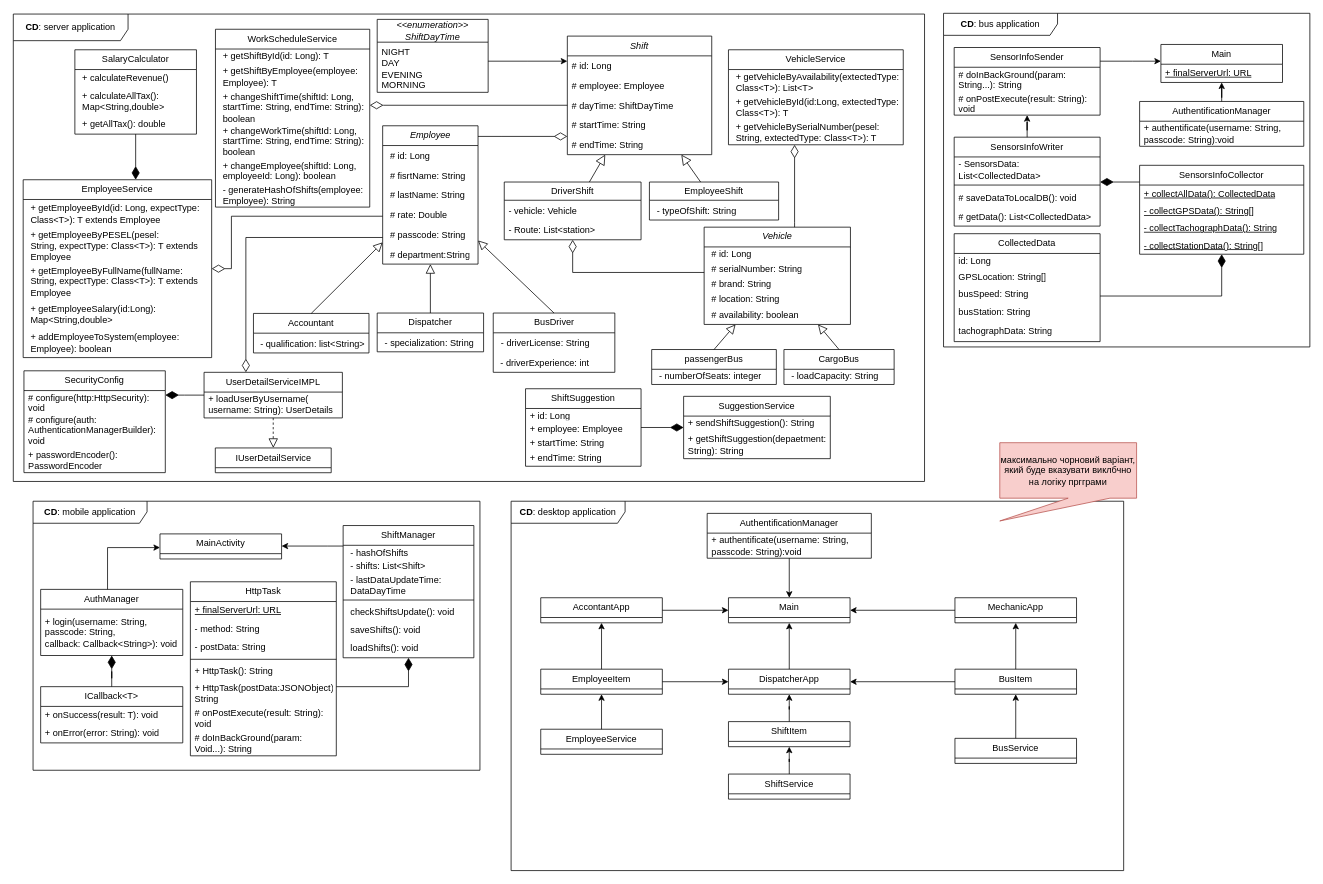
Before: page "Class diagram" (1 of 7) of UML-software-engineering.drawio in keshaParrot/ShiftMaster-UML-documentation, a draw.io diagram. Source tidied: cells renumbered, new cells numbered last; positions are measured from the earlier drawing's top-left corner, leaving out a move shared by most shapes. Both pictures are drawn from the tidied source at 76%, with x=0, y=0 at pixel (13, 13).
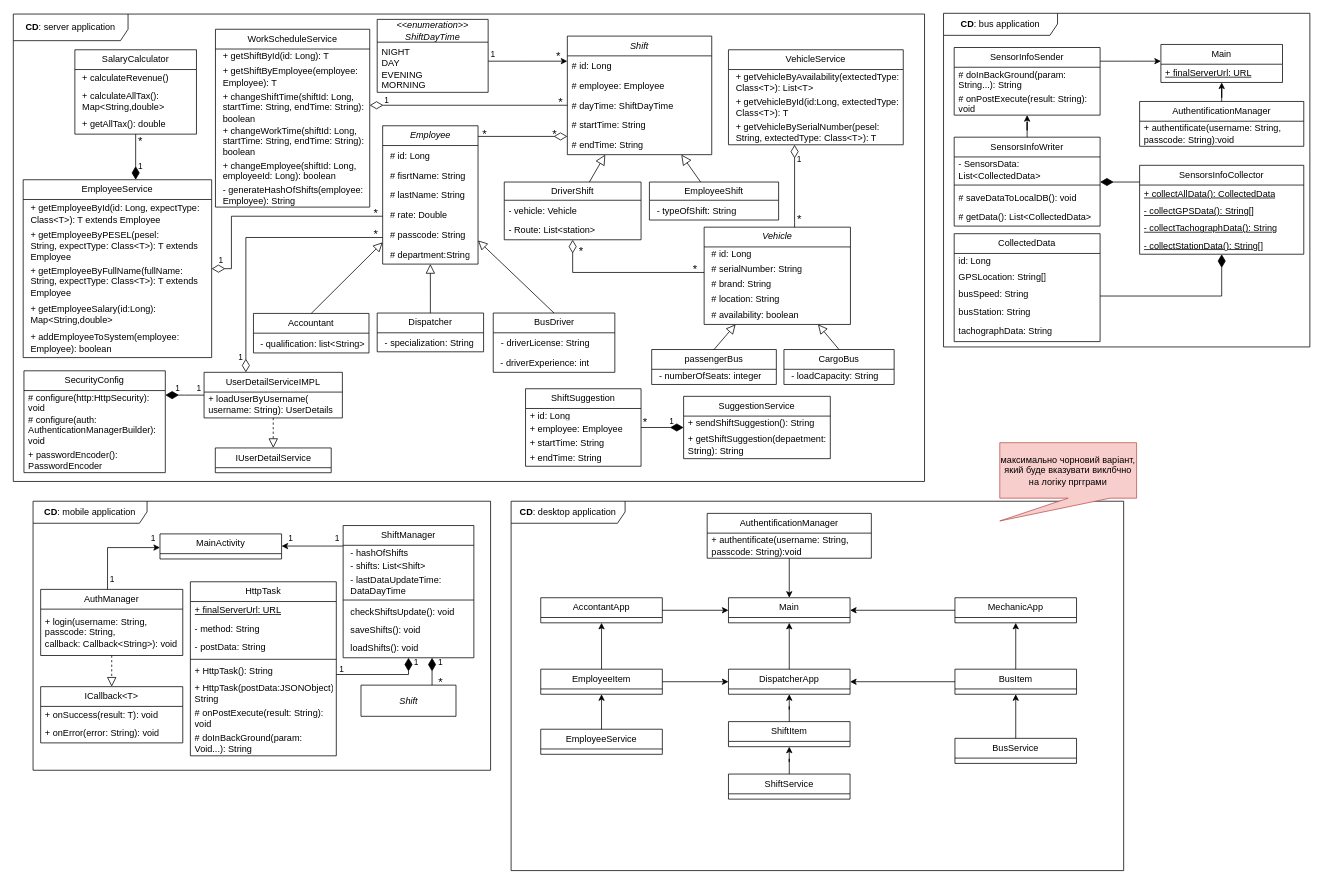
Above is the later version.

Unchanged cells that the change refers to:
```xml
<mxCell id="2" value="&lt;b&gt;CD&lt;/b&gt;: server application" style="shape=umlFrame;whiteSpace=wrap;html=1;width=151;height=35;" parent="1" vertex="1">
  <mxGeometry y="1" width="1199" height="615" as="geometry" />
</mxCell>
<mxCell id="97" value="ShiftManager" style="swimlane;fontStyle=0;horizontal=1;startSize=26;fillColor=none;whiteSpace=wrap;html=1;" parent="94" vertex="1">
  <mxGeometry x="408" y="32" width="172" height="174" as="geometry" />
</mxCell>
<mxCell id="106" value="HttpTask" style="swimlane;fontStyle=0;horizontal=1;startSize=26;fillColor=none;whiteSpace=wrap;html=1;" parent="94" vertex="1">
  <mxGeometry x="207" y="106" width="192" height="229" as="geometry" />
</mxCell>
<mxCell id="116" value="AuthManager" style="swimlane;fontStyle=0;horizontal=1;startSize=26;fillColor=none;whiteSpace=wrap;html=1;" parent="94" vertex="1">
  <mxGeometry x="10" y="116" width="187" height="87" as="geometry" />
</mxCell>
<mxCell id="119" value="ICallback&amp;lt;T&amp;gt;" style="swimlane;fontStyle=0;horizontal=1;startSize=26;fillColor=none;whiteSpace=wrap;html=1;" parent="94" vertex="1">
  <mxGeometry x="10" y="244" width="187" height="74" as="geometry" />
</mxCell>
```

Change to the diagram source:
```diff
@@
+    <mxCell id="178" value="&lt;font style=&quot;font-size: 15px;&quot;&gt;*&lt;/font&gt;" style="text;html=1;align=center;verticalAlign=middle;strokeColor=none;fillColor=none;" parent="2" vertex="1">
+      <mxGeometry x="885" y="320" width="24" height="30" as="geometry" />
+    </mxCell>
+    <mxCell id="179" value="&lt;font style=&quot;font-size: 15px;&quot;&gt;*&lt;/font&gt;" style="text;html=1;align=center;verticalAlign=middle;strokeColor=none;fillColor=none;" parent="2" vertex="1">
+      <mxGeometry x="735" y="297" width="24" height="30" as="geometry" />
+    </mxCell>
+    <mxCell id="180" value="&lt;font style=&quot;font-size: 15px;&quot;&gt;*&lt;/font&gt;" style="text;html=1;align=center;verticalAlign=middle;strokeColor=none;fillColor=none;" parent="2" vertex="1">
+      <mxGeometry x="155" y="152" width="24" height="30" as="geometry" />
+    </mxCell>
+    <mxCell id="181" value="&lt;font style=&quot;font-size: 11px;&quot;&gt;1&lt;/font&gt;" style="text;html=1;align=center;verticalAlign=middle;strokeColor=none;fillColor=none;" parent="2" vertex="1">
+      <mxGeometry x="155" y="187" width="24" height="26" as="geometry" />
+    </mxCell>
+    <mxCell id="182" value="&lt;font style=&quot;font-size: 15px;&quot;&gt;*&lt;/font&gt;" style="text;html=1;align=center;verticalAlign=middle;strokeColor=none;fillColor=none;" parent="2" vertex="1">
+      <mxGeometry x="705" y="40" width="24" height="30" as="geometry" />
+    </mxCell>
+    <mxCell id="183" value="&lt;font style=&quot;font-size: 15px;&quot;&gt;*&lt;/font&gt;" style="text;html=1;align=center;verticalAlign=middle;strokeColor=none;fillColor=none;" parent="2" vertex="1">
+      <mxGeometry x="607.5" y="142" width="24" height="30" as="geometry" />
+    </mxCell>
+    <mxCell id="184" value="&lt;font style=&quot;font-size: 15px;&quot;&gt;*&lt;/font&gt;" style="text;html=1;align=center;verticalAlign=middle;strokeColor=none;fillColor=none;" parent="2" vertex="1">
+      <mxGeometry x="699.5" y="142" width="24" height="30" as="geometry" />
+    </mxCell>
+    <mxCell id="185" value="&lt;font style=&quot;font-size: 15px;&quot;&gt;*&lt;/font&gt;" style="text;html=1;align=center;verticalAlign=middle;strokeColor=none;fillColor=none;" parent="2" vertex="1">
+      <mxGeometry x="708" y="100" width="24" height="30" as="geometry" />
+    </mxCell>
+    <mxCell id="186" value="&lt;font style=&quot;font-size: 11px;&quot;&gt;1&lt;/font&gt;" style="text;html=1;align=center;verticalAlign=middle;strokeColor=none;fillColor=none;" parent="2" vertex="1">
+      <mxGeometry x="204" y="480" width="24" height="26" as="geometry" />
+    </mxCell>
+    <mxCell id="187" value="&lt;font style=&quot;font-size: 11px;&quot;&gt;1&lt;/font&gt;" style="text;html=1;align=center;verticalAlign=middle;strokeColor=none;fillColor=none;" parent="2" vertex="1">
+      <mxGeometry x="232" y="480" width="24" height="26" as="geometry" />
+    </mxCell>
+    <mxCell id="188" value="&lt;font style=&quot;font-size: 11px;&quot;&gt;1&lt;/font&gt;" style="text;html=1;align=center;verticalAlign=middle;strokeColor=none;fillColor=none;" parent="2" vertex="1">
+      <mxGeometry x="287" y="439" width="24" height="26" as="geometry" />
+    </mxCell>
+    <mxCell id="189" value="&lt;font style=&quot;font-size: 15px;&quot;&gt;*&lt;/font&gt;" style="text;html=1;align=center;verticalAlign=middle;strokeColor=none;fillColor=none;" parent="2" vertex="1">
+      <mxGeometry x="465" y="274" width="24" height="30" as="geometry" />
+    </mxCell>
+    <mxCell id="190" value="&lt;font style=&quot;font-size: 15px;&quot;&gt;*&lt;/font&gt;" style="text;html=1;align=center;verticalAlign=middle;strokeColor=none;fillColor=none;" parent="2" vertex="1">
+      <mxGeometry x="465" y="247" width="24" height="30" as="geometry" />
+    </mxCell>
+    <mxCell id="191" value="&lt;font style=&quot;font-size: 11px;&quot;&gt;1&lt;/font&gt;" style="text;html=1;align=center;verticalAlign=middle;strokeColor=none;fillColor=none;" parent="2" vertex="1">
+      <mxGeometry x="261" y="311" width="24" height="26" as="geometry" />
+    </mxCell>
+    <mxCell id="192" value="&lt;font style=&quot;font-size: 11px;&quot;&gt;1&lt;/font&gt;" style="text;html=1;align=center;verticalAlign=middle;strokeColor=none;fillColor=none;" parent="2" vertex="1">
+      <mxGeometry x="478.8" y="100" width="24" height="26" as="geometry" />
+    </mxCell>
+    <mxCell id="193" value="&lt;font style=&quot;font-size: 11px;&quot;&gt;1&lt;/font&gt;" style="text;html=1;align=center;verticalAlign=middle;strokeColor=none;fillColor=none;" parent="2" vertex="1">
+      <mxGeometry x="618.8" y="40" width="24" height="26" as="geometry" />
+    </mxCell>
+    <mxCell id="194" value="&lt;font style=&quot;font-size: 11px;&quot;&gt;1&lt;/font&gt;" style="text;html=1;align=center;verticalAlign=middle;strokeColor=none;fillColor=none;" parent="2" vertex="1">
+      <mxGeometry x="1022" y="178" width="24" height="26" as="geometry" />
+    </mxCell>
+    <mxCell id="195" value="&lt;font style=&quot;font-size: 15px;&quot;&gt;*&lt;/font&gt;" style="text;html=1;align=center;verticalAlign=middle;strokeColor=none;fillColor=none;" parent="2" vertex="1">
+      <mxGeometry x="1022" y="254" width="24" height="30" as="geometry" />
+    </mxCell>
+    <mxCell id="196" value="&lt;font style=&quot;font-size: 15px;&quot;&gt;*&lt;/font&gt;" style="text;html=1;align=center;verticalAlign=middle;strokeColor=none;fillColor=none;" parent="2" vertex="1">
+      <mxGeometry x="819" y="521.4" width="24" height="30" as="geometry" />
+    </mxCell>
+    <mxCell id="197" value="&lt;font style=&quot;font-size: 11px;&quot;&gt;1&lt;/font&gt;" style="text;html=1;align=center;verticalAlign=middle;strokeColor=none;fillColor=none;" parent="2" vertex="1">
+      <mxGeometry x="854" y="523.4" width="24" height="26" as="geometry" />
+    </mxCell>
     <mxCell id="94" value="&lt;b&gt;CD&lt;/b&gt;: mobile application" style="shape=umlFrame;whiteSpace=wrap;html=1;width=150;height=29;" parent="1" vertex="1">
-      <mxGeometry x="26" y="642" width="588" height="354" as="geometry" />
+      <mxGeometry x="26" y="642" width="602" height="354" as="geometry" />
     </mxCell>
@@
     <mxCell id="105" style="edgeStyle=orthogonalEdgeStyle;rounded=0;jettySize=auto;html=1;endArrow=diamondThin;endFill=1;endSize=15;" parent="94" edge="1" source="106" target="97">
       <mxGeometry relative="1" as="geometry">
         <Array as="points">
-          <mxPoint x="494" y="244" />
+          <mxPoint x="494" y="228" />
         </Array>
       </mxGeometry>
     </mxCell>
@@
+    <mxCell id="198" style="edgeStyle=orthogonalEdgeStyle;rounded=0;jettySize=auto;html=1;endArrow=block;endFill=0;dashed=1;endSize=10;" parent="94" edge="1" source="116" target="119">
+      <mxGeometry relative="1" as="geometry" />
+    </mxCell>
@@
-    <mxCell id="118" style="edgeStyle=orthogonalEdgeStyle;rounded=0;jettySize=auto;html=1;endSize=15;endArrow=diamondThin;endFill=1;" parent="94" edge="1" source="119" target="116">
-      <mxGeometry relative="1" as="geometry" />
-    </mxCell>
@@
+    <mxCell id="199" value="&lt;font style=&quot;font-size: 11px;&quot;&gt;1&lt;/font&gt;" style="text;html=1;align=center;verticalAlign=middle;strokeColor=none;fillColor=none;" parent="94" vertex="1">
+      <mxGeometry x="146" y="36" width="24" height="26" as="geometry" />
+    </mxCell>
+    <mxCell id="200" value="&lt;font style=&quot;font-size: 11px;&quot;&gt;1&lt;/font&gt;" style="text;html=1;align=center;verticalAlign=middle;strokeColor=none;fillColor=none;" parent="94" vertex="1">
+      <mxGeometry x="91.5" y="90" width="24" height="26" as="geometry" />
+    </mxCell>
+    <mxCell id="201" value="&lt;font style=&quot;font-size: 11px;&quot;&gt;1&lt;/font&gt;" style="text;html=1;align=center;verticalAlign=middle;strokeColor=none;fillColor=none;" parent="94" vertex="1">
+      <mxGeometry x="327" y="36" width="24" height="26" as="geometry" />
+    </mxCell>
+    <mxCell id="202" value="&lt;font style=&quot;font-size: 11px;&quot;&gt;1&lt;/font&gt;" style="text;html=1;align=center;verticalAlign=middle;strokeColor=none;fillColor=none;" parent="94" vertex="1">
+      <mxGeometry x="388" y="36" width="24" height="26" as="geometry" />
+    </mxCell>
+    <mxCell id="203" value="&lt;font style=&quot;font-size: 11px;&quot;&gt;1&lt;/font&gt;" style="text;html=1;align=center;verticalAlign=middle;strokeColor=none;fillColor=none;" parent="94" vertex="1">
+      <mxGeometry x="492" y="199" width="24" height="26" as="geometry" />
+    </mxCell>
+    <mxCell id="204" value="&lt;font style=&quot;font-size: 11px;&quot;&gt;1&lt;/font&gt;" style="text;html=1;align=center;verticalAlign=middle;strokeColor=none;fillColor=none;" parent="94" vertex="1">
+      <mxGeometry x="394" y="207.5" width="24" height="26" as="geometry" />
+    </mxCell>
+    <mxCell id="205" style="edgeStyle=orthogonalEdgeStyle;rounded=0;jettySize=auto;html=1;endArrow=diamondThin;endFill=1;endSize=15;" parent="94" edge="1" source="206" target="97">
+      <mxGeometry relative="1" as="geometry">
+        <Array as="points">
+          <mxPoint x="525" y="239" />
+          <mxPoint x="525" y="239" />
+        </Array>
+      </mxGeometry>
+    </mxCell>
+    <mxCell id="206" value="&lt;i&gt;Shift&lt;/i&gt;" style="swimlane;fontStyle=0;horizontal=1;startSize=41;fillColor=none;whiteSpace=wrap;html=1;" parent="94" vertex="1" collapsed="1">
+      <mxGeometry x="431.5" y="242" width="125" height="41" as="geometry" />
+    </mxCell>
+    <mxCell id="207" value="&lt;font style=&quot;font-size: 11px;&quot;&gt;1&lt;/font&gt;" style="text;html=1;align=center;verticalAlign=middle;strokeColor=none;fillColor=none;" parent="94" vertex="1">
+      <mxGeometry x="524" y="199" width="24" height="26" as="geometry" />
+    </mxCell>
+    <mxCell id="208" value="&lt;font style=&quot;font-size: 15px;&quot;&gt;*&lt;/font&gt;" style="text;html=1;align=center;verticalAlign=middle;strokeColor=none;fillColor=none;" parent="94" vertex="1">
+      <mxGeometry x="524" y="222" width="24" height="30" as="geometry" />
+    </mxCell>
```
